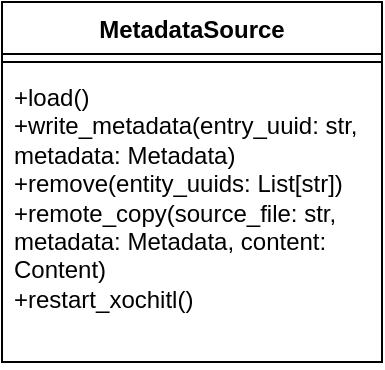
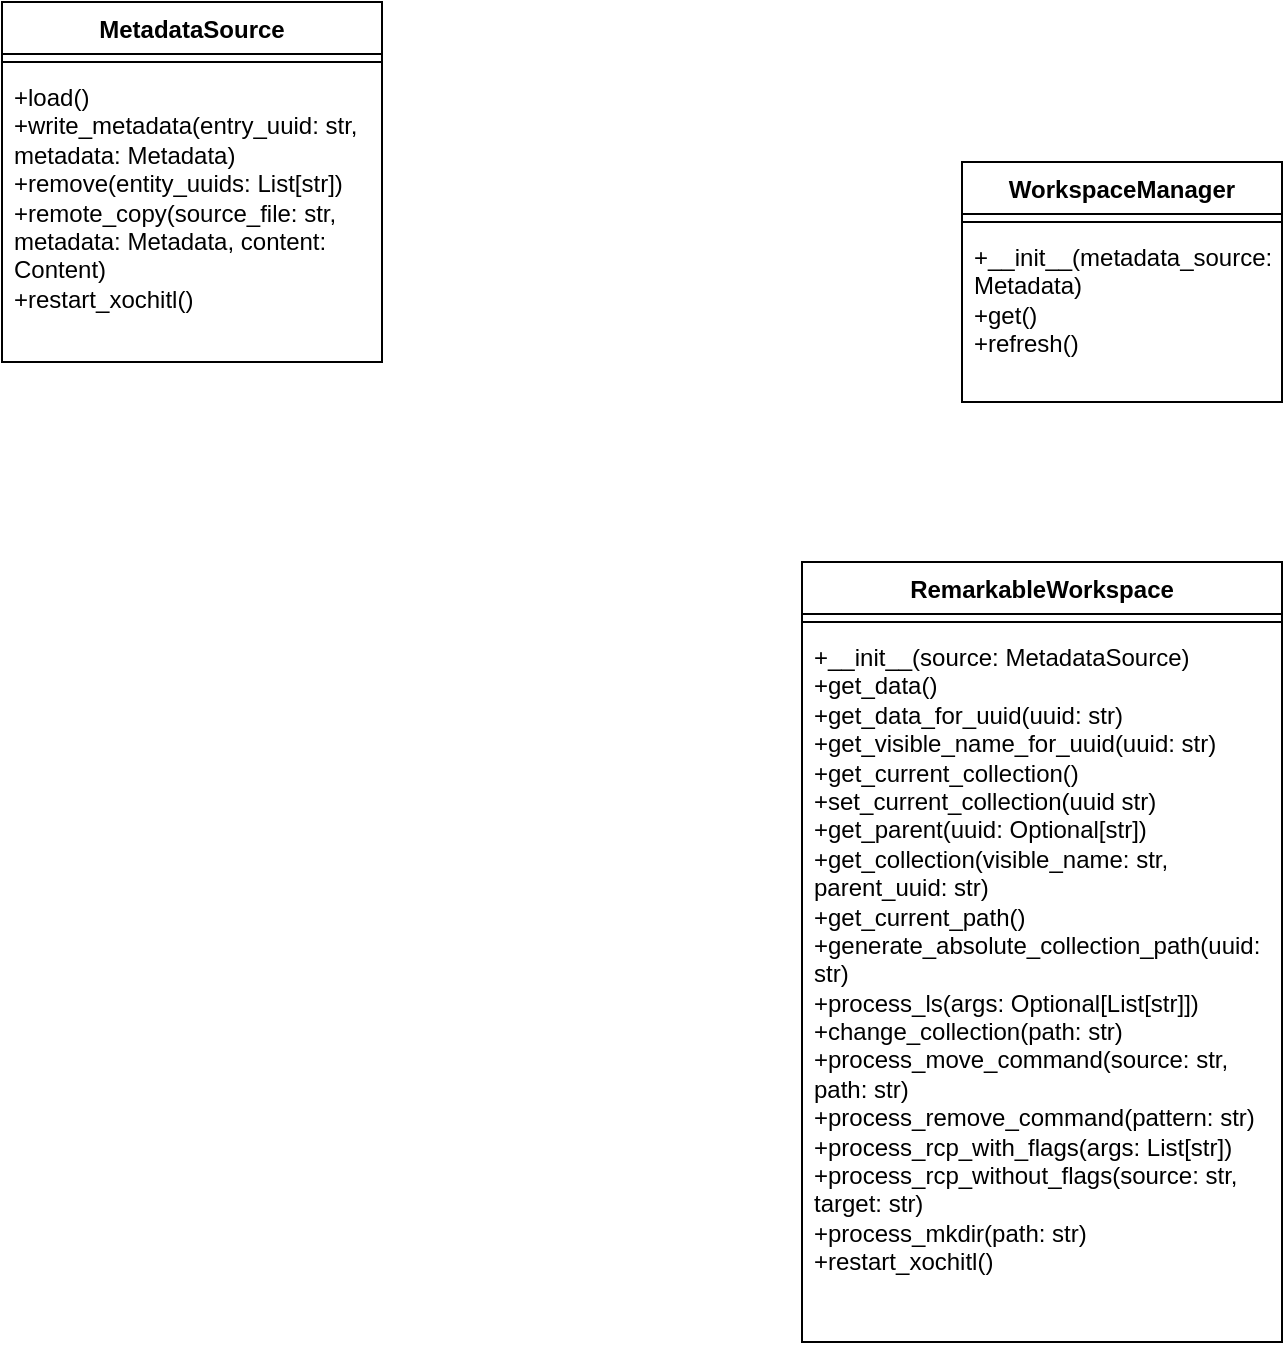
<mxfile host="app.diagrams.net">
  <diagram name="Page-1" id="OuvxHBCQt-FZh9lZlYLp">
-     <mxGraphModel dx="1030" dy="1443" grid="1" gridSize="10" guides="1" tooltips="1" connect="1" arrows="1" fold="1" page="1" pageScale="1" pageWidth="850" pageHeight="1100" math="0" shadow="0">
+     <mxGraphModel dx="2566" dy="1443" grid="1" gridSize="10" guides="1" tooltips="1" connect="1" arrows="1" fold="1" page="1" pageScale="1" pageWidth="850" pageHeight="1100" math="0" shadow="0">
      <root>
        <mxCell id="0" />
        <mxCell id="1" parent="0" />
        <mxCell id="NTJ1VarxVAkJUmB5-x4L-6" parent="1" style="swimlane;fontStyle=1;align=center;verticalAlign=top;childLayout=stackLayout;horizontal=1;startSize=26;horizontalStack=0;resizeParent=1;resizeParentMax=0;resizeLast=0;collapsible=1;marginBottom=0;whiteSpace=wrap;html=1;" value="MetadataSource" vertex="1">
-           <mxGeometry height="180" width="190" x="150" y="460" as="geometry" />
+           <mxGeometry height="180" width="190" x="120" y="230" as="geometry" />
        </mxCell>
        <mxCell id="NTJ1VarxVAkJUmB5-x4L-8" parent="NTJ1VarxVAkJUmB5-x4L-6" style="line;strokeWidth=1;fillColor=none;align=left;verticalAlign=middle;spacingTop=-1;spacingLeft=3;spacingRight=3;rotatable=0;labelPosition=right;points=[];portConstraint=eastwest;strokeColor=inherit;" value="" vertex="1">
          <mxGeometry height="8" width="190" y="26" as="geometry" />
        </mxCell>
        <mxCell id="NTJ1VarxVAkJUmB5-x4L-9" parent="NTJ1VarxVAkJUmB5-x4L-6" style="text;strokeColor=none;fillColor=none;align=left;verticalAlign=top;spacingLeft=4;spacingRight=4;overflow=hidden;rotatable=0;points=[[0,0.5],[1,0.5]];portConstraint=eastwest;whiteSpace=wrap;html=1;" value="&lt;div&gt;+load()&lt;/div&gt;&lt;div&gt;+write_metadata(entry_uuid: str, metadata: Metadata)&lt;/div&gt;&lt;div&gt;+remove(entity_uuids: List[str])&lt;/div&gt;&lt;div&gt;+remote_copy(source_file: str, metadata: Metadata, content: Content)&lt;/div&gt;&lt;div&gt;+restart_xochitl()&lt;/div&gt;" vertex="1">
          <mxGeometry height="146" width="190" y="34" as="geometry" />
        </mxCell>
+         <mxCell id="l8rpk6_Hcn7HDfFnrWBL-1" parent="1" style="swimlane;fontStyle=1;align=center;verticalAlign=top;childLayout=stackLayout;horizontal=1;startSize=26;horizontalStack=0;resizeParent=1;resizeParentMax=0;resizeLast=0;collapsible=1;marginBottom=0;whiteSpace=wrap;html=1;" value="WorkspaceManager" vertex="1">
+           <mxGeometry height="120" width="160" x="600" y="310" as="geometry" />
+         </mxCell>
+         <mxCell id="l8rpk6_Hcn7HDfFnrWBL-3" parent="l8rpk6_Hcn7HDfFnrWBL-1" style="line;strokeWidth=1;fillColor=none;align=left;verticalAlign=middle;spacingTop=-1;spacingLeft=3;spacingRight=3;rotatable=0;labelPosition=right;points=[];portConstraint=eastwest;strokeColor=inherit;" value="" vertex="1">
+           <mxGeometry height="8" width="160" y="26" as="geometry" />
+         </mxCell>
+         <mxCell id="l8rpk6_Hcn7HDfFnrWBL-4" parent="l8rpk6_Hcn7HDfFnrWBL-1" style="text;strokeColor=none;fillColor=none;align=left;verticalAlign=top;spacingLeft=4;spacingRight=4;overflow=hidden;rotatable=0;points=[[0,0.5],[1,0.5]];portConstraint=eastwest;whiteSpace=wrap;html=1;" value="&lt;div&gt;+__init__(metadata_source: Metadata)&lt;/div&gt;&lt;div&gt;+get()&lt;/div&gt;&lt;div&gt;+refresh()&lt;/div&gt;" vertex="1">
+           <mxGeometry height="86" width="160" y="34" as="geometry" />
+         </mxCell>
+         <mxCell id="l8rpk6_Hcn7HDfFnrWBL-5" parent="1" style="swimlane;fontStyle=1;align=center;verticalAlign=top;childLayout=stackLayout;horizontal=1;startSize=26;horizontalStack=0;resizeParent=1;resizeParentMax=0;resizeLast=0;collapsible=1;marginBottom=0;whiteSpace=wrap;html=1;" value="RemarkableWorkspace" vertex="1">
+           <mxGeometry height="390" width="240" x="520" y="510" as="geometry" />
+         </mxCell>
+         <mxCell id="l8rpk6_Hcn7HDfFnrWBL-7" parent="l8rpk6_Hcn7HDfFnrWBL-5" style="line;strokeWidth=1;fillColor=none;align=left;verticalAlign=middle;spacingTop=-1;spacingLeft=3;spacingRight=3;rotatable=0;labelPosition=right;points=[];portConstraint=eastwest;strokeColor=inherit;" value="" vertex="1">
+           <mxGeometry height="8" width="240" y="26" as="geometry" />
+         </mxCell>
+         <mxCell id="l8rpk6_Hcn7HDfFnrWBL-8" parent="l8rpk6_Hcn7HDfFnrWBL-5" style="text;strokeColor=none;fillColor=none;align=left;verticalAlign=top;spacingLeft=4;spacingRight=4;overflow=hidden;rotatable=0;points=[[0,0.5],[1,0.5]];portConstraint=eastwest;whiteSpace=wrap;html=1;" value="&lt;div&gt;+__init__(source: MetadataSource)&lt;/div&gt;&lt;div&gt;+get_data()&lt;/div&gt;&lt;div&gt;+get_data_for_uuid(uuid: str)&lt;/div&gt;&lt;div&gt;+get_visible_name_for_uuid(uuid: str)&lt;/div&gt;&lt;div&gt;+get_current_collection()&lt;/div&gt;&lt;div&gt;+set_current_collection(uuid str)&lt;/div&gt;&lt;div&gt;+get_parent(uuid: Optional[str])&lt;/div&gt;&lt;div&gt;+get_collection(visible_name: str, parent_uuid: str)&lt;/div&gt;&lt;div&gt;+get_current_path()&lt;/div&gt;&lt;div&gt;+generate_absolute_collection_path(uuid: str)&lt;/div&gt;&lt;div&gt;+process_ls(args: Optional[List[str]])&lt;/div&gt;&lt;div&gt;+change_collection(path: str)&lt;/div&gt;&lt;div&gt;+process_move_command(source: str, path: str)&lt;/div&gt;&lt;div&gt;+process_remove_command(pattern: str)&lt;/div&gt;&lt;div&gt;+process_rcp_with_flags(args: List[str])&lt;/div&gt;&lt;div&gt;+process_rcp_without_flags(source: str, target: str)&lt;/div&gt;&lt;div&gt;+process_mkdir(path: str)&lt;/div&gt;&lt;div&gt;+restart_xochitl()&lt;/div&gt;&lt;div&gt;&lt;br&gt;&lt;/div&gt;" vertex="1">
+           <mxGeometry height="356" width="240" y="34" as="geometry" />
+         </mxCell>
      </root>
    </mxGraphModel>
  </diagram>
</mxfile>
